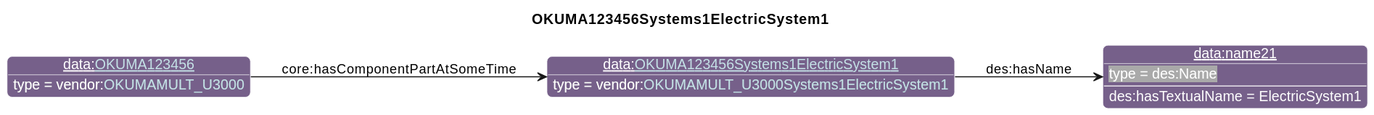
Above: diagrams/OKUMA123456Systems1ElectricSystem1.svg in iofoundry/example-syseng-mtconnect (PlantUML), before the change.
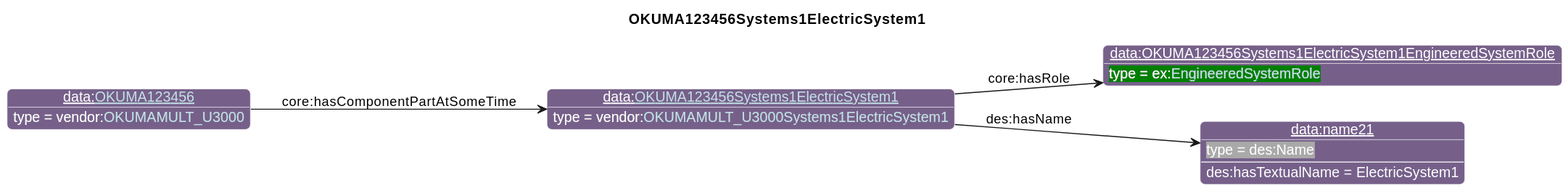
Later version of the same file.

Change to the diagram source:
```diff
@@ -26,9 +26,11 @@
                       "qp":"641B2E"
       }
 individual(o0, data:[[./OKUMA123456Systems1ElectricSystem1.html OKUMA123456Systems1ElectricSystem1]], vendor:[[../OKUMA.html#OKUMAMULT_U3000Systems1ElectricSystem1 OKUMAMULT_U3000Systems1ElectricSystem1]])
-individual(o1, data:name21, des:Name)
-individual(o2, data:[[./OKUMA123456.html OKUMA123456]], vendor:[[../OKUMA.html#OKUMAMULT_U3000 OKUMAMULT_U3000]])
-property(o0, "des:hasName", o1)
-data(o1, "des:hasTextualName", "ElectricSystem1")
-property(o2, "core:hasComponentPartAtSomeTime", o0)
+individual(o1, data:OKUMA123456Systems1ElectricSystem1EngineeredSystemRole, ex:[[../Example.html#EngineeredSystemRole EngineeredSystemRole]])
+individual(o2, data:name21, des:Name)
+individual(o3, data:[[./OKUMA123456.html OKUMA123456]], vendor:[[../OKUMA.html#OKUMAMULT_U3000 OKUMAMULT_U3000]])
+property(o0, "core:hasRole", o1)
+property(o0, "des:hasName", o2)
+data(o2, "des:hasTextualName", "ElectricSystem1")
+property(o3, "core:hasComponentPartAtSomeTime", o0)
 @enduml
```
